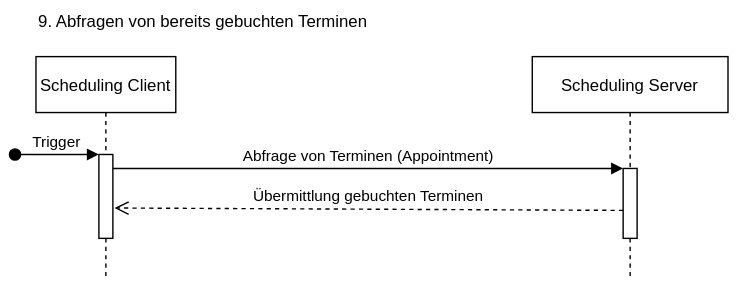
This is input/images/interactions/find-existing-appointments.svg from HL7Austria/TC-FHIR-AG-Scheduling-R5, a draw.io export, as it was before one commit. Source tidied: cells renumbered, new cells last; positions are measured from the earlier drawing's top-left corner, leaving out a move shared by most shapes.
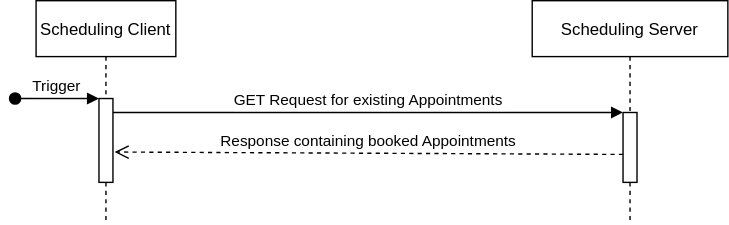
Above is the later version.

Commit message:
#4 Improve documentation for interaction find existing appointments

Change to the diagram source:
```diff
@@ -2,9 +2,6 @@
   <root>
     <mxCell id="0" />
     <mxCell id="1" parent="0" />
-    <mxCell id="2" value="9. Abfragen von bereits gebuchten Terminen" style="text;html=1;strokeColor=none;fillColor=none;align=left;verticalAlign=middle;whiteSpace=wrap;rounded=0;" parent="1" vertex="1">
-      <mxGeometry x="15" width="510" height="30" as="geometry" />
-    </mxCell>
     <mxCell id="3" value="Scheduling Client" style="shape=umlLifeline;perimeter=lifelinePerimeter;rounded=0;shadow=0;strokeWidth=1;" parent="1" vertex="1">
       <mxGeometry x="15" y="40" width="100" height="160" as="geometry" />
     </mxCell>
@@ -22,12 +19,12 @@
     <mxCell id="7" style="points=[];perimeter=orthogonalPerimeter;rounded=0;shadow=0;strokeWidth=1;" parent="6" vertex="1">
       <mxGeometry x="65" y="80" width="10" height="50" as="geometry" />
     </mxCell>
-    <mxCell id="8" value="Übermittlung gebuchten Terminen" style="verticalAlign=bottom;endArrow=open;dashed=1;endSize=8;exitX=0;exitY=0.95;shadow=0;strokeWidth=1;entryX=1.12;entryY=0.638;entryDx=0;entryDy=0;entryPerimeter=0;" parent="6" edge="1" target="4">
+    <mxCell id="8" value="Response containing booked Appointments" style="verticalAlign=bottom;endArrow=open;dashed=1;endSize=8;exitX=0;exitY=0.95;shadow=0;strokeWidth=1;entryX=1.12;entryY=0.638;entryDx=0;entryDy=0;entryPerimeter=0;" parent="6" edge="1" target="4">
       <mxGeometry relative="1" as="geometry">
         <mxPoint x="65" y="110" as="sourcePoint" />
       </mxGeometry>
     </mxCell>
-    <mxCell id="9" value="Abfrage von Terminen (Appointment)" style="verticalAlign=bottom;endArrow=block;entryX=0;entryY=0;shadow=0;strokeWidth=1;" parent="1" edge="1" source="4" target="7">
+    <mxCell id="9" value="GET Request for existing Appointments" style="verticalAlign=bottom;endArrow=block;entryX=0;entryY=0;shadow=0;strokeWidth=1;" parent="1" edge="1" source="4" target="7">
       <mxGeometry relative="1" as="geometry" />
     </mxCell>
   </root>
```
